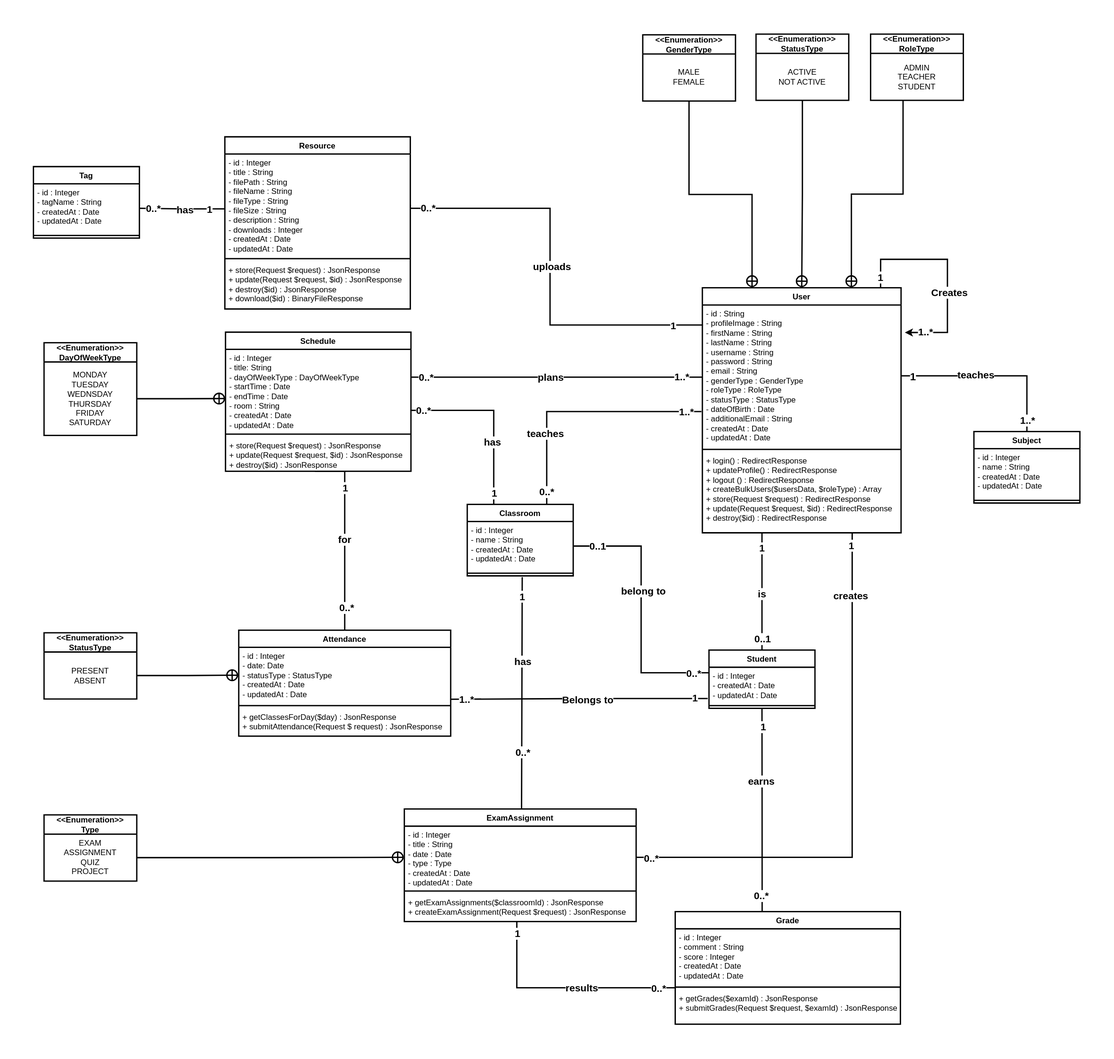
Above: public/UML/Academix-UML-class-diagram.svg in Ibrahim-Nidam/Academix_Fil_Rouge (draw.io), before the change. Source tidied: cells renumbered, new cells last; positions are measured from the earlier drawing's top-left corner, leaving out a move shared by most shapes.
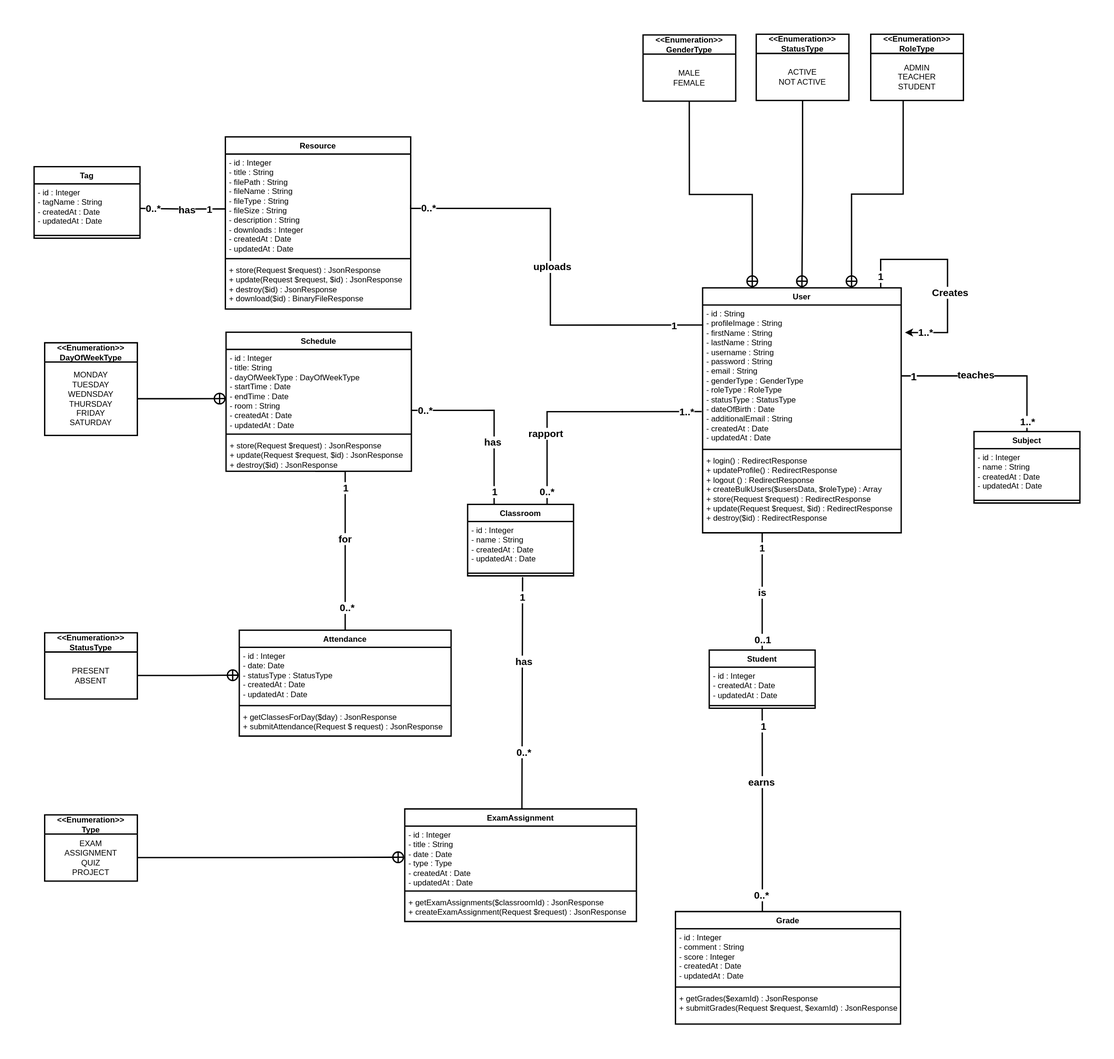
After the commit.

Commit message:
UML: class diagram small update

The edit, as a diff of the source:
```diff
@@ -273,63 +273,6 @@
         <mxPoint x="3" y="2" as="offset" />
       </mxGeometry>
     </mxCell>
-    <mxCell id="80" style="edgeStyle=orthogonalEdgeStyle;rounded=0;jettySize=auto;html=1;exitX=-0.004;exitY=0.155;exitDx=0;exitDy=0;endArrow=none;endFill=0;strokeWidth=2;exitPerimeter=0;" parent="1" edge="1" source="74" target="27">
-      <mxGeometry relative="1" as="geometry" />
-    </mxCell>
-    <mxCell id="81" value="&lt;b&gt;&lt;font style=&quot;font-size: 15px;&quot;&gt;0..*&lt;/font&gt;&lt;/b&gt;" style="edgeLabel;html=1;align=center;verticalAlign=middle;" parent="80" vertex="1">
-      <mxGeometry x="-0.79" relative="1" as="geometry">
-        <mxPoint x="17" as="offset" />
-      </mxGeometry>
-    </mxCell>
-    <mxCell id="82" value="&lt;b&gt;&lt;font style=&quot;font-size: 15px;&quot;&gt;0..1&lt;/font&gt;&lt;/b&gt;" style="edgeLabel;html=1;align=center;verticalAlign=middle;" parent="80" vertex="1">
-      <mxGeometry x="0.82" y="-1" relative="1" as="geometry" />
-    </mxCell>
-    <mxCell id="83" value="&lt;b&gt;&lt;font style=&quot;font-size: 15px;&quot;&gt;belong to&lt;/font&gt;&lt;/b&gt;" style="edgeLabel;html=1;align=center;verticalAlign=middle;" parent="80" vertex="1">
-      <mxGeometry x="0.05" y="-3" relative="1" as="geometry">
-        <mxPoint y="-19" as="offset" />
-      </mxGeometry>
-    </mxCell>
-    <mxCell id="84" style="edgeStyle=orthogonalEdgeStyle;rounded=0;jettySize=auto;html=1;entryX=0.491;entryY=0.99;entryDx=0;entryDy=0;entryPerimeter=0;strokeWidth=2;endArrow=none;endFill=0;exitX=0.003;exitY=0.629;exitDx=0;exitDy=0;exitPerimeter=0;" parent="1" edge="1" source="60">
-      <mxGeometry relative="1" as="geometry">
-        <mxPoint x="729.9" y="1339.6" as="targetPoint" />
-        <Array as="points">
-          <mxPoint x="730" y="1440" />
-        </Array>
-      </mxGeometry>
-    </mxCell>
-    <mxCell id="85" value="&lt;b&gt;&lt;font style=&quot;font-size: 15px;&quot;&gt;1&lt;/font&gt;&lt;/b&gt;" style="edgeLabel;html=1;align=center;verticalAlign=middle;" parent="84" vertex="1">
-      <mxGeometry x="0.9" relative="1" as="geometry" />
-    </mxCell>
-    <mxCell id="86" value="&lt;b&gt;&lt;font style=&quot;font-size: 15px;&quot;&gt;0..*&lt;/font&gt;&lt;/b&gt;" style="edgeLabel;html=1;align=center;verticalAlign=middle;" parent="84" vertex="1">
-      <mxGeometry x="-0.84" y="3" relative="1" as="geometry">
-        <mxPoint y="-3" as="offset" />
-      </mxGeometry>
-    </mxCell>
-    <mxCell id="87" value="&lt;b&gt;&lt;font style=&quot;font-size: 15px;&quot;&gt;results&lt;/font&gt;&lt;/b&gt;" style="edgeLabel;html=1;align=center;verticalAlign=middle;" parent="84" vertex="1">
-      <mxGeometry x="0.01" y="-4" relative="1" as="geometry">
-        <mxPoint x="30" y="3" as="offset" />
-      </mxGeometry>
-    </mxCell>
-    <mxCell id="88" style="edgeStyle=orthogonalEdgeStyle;rounded=0;jettySize=auto;html=1;exitX=1;exitY=0.5;exitDx=0;exitDy=0;entryX=0.754;entryY=0.991;entryDx=0;entryDy=0;entryPerimeter=0;strokeWidth=2;endArrow=none;endFill=0;" parent="1" edge="1" source="48" target="5">
-      <mxGeometry relative="1" as="geometry">
-        <Array as="points">
-          <mxPoint x="1236" y="1243" />
-        </Array>
-      </mxGeometry>
-    </mxCell>
-    <mxCell id="89" value="&lt;b&gt;&lt;font style=&quot;font-size: 15px;&quot;&gt;0..*&lt;/font&gt;&lt;/b&gt;" style="edgeLabel;html=1;align=center;verticalAlign=middle;" parent="88" vertex="1">
-      <mxGeometry x="-0.97" relative="1" as="geometry">
-        <mxPoint x="10" as="offset" />
-      </mxGeometry>
-    </mxCell>
-    <mxCell id="90" value="&lt;b&gt;&lt;font style=&quot;font-size: 15px;&quot;&gt;1&lt;/font&gt;&lt;/b&gt;" style="edgeLabel;html=1;align=center;verticalAlign=middle;" parent="88" vertex="1">
-      <mxGeometry x="0.95" y="2" relative="1" as="geometry" />
-    </mxCell>
-    <mxCell id="91" value="&lt;b&gt;&lt;font style=&quot;font-size: 15px;&quot;&gt;creates&lt;/font&gt;&lt;/b&gt;" style="edgeLabel;html=1;align=center;verticalAlign=middle;" parent="88" vertex="1">
-      <mxGeometry x="0.27" y="3" relative="1" as="geometry">
-        <mxPoint y="-202" as="offset" />
-      </mxGeometry>
-    </mxCell>
     <mxCell id="92" style="edgeStyle=orthogonalEdgeStyle;rounded=0;jettySize=auto;html=1;exitX=0.5;exitY=0;exitDx=0;exitDy=0;endArrow=none;endFill=0;strokeWidth=2;" parent="1" edge="1" source="36">
       <mxGeometry relative="1" as="geometry">
         <mxPoint x="425" y="660" as="targetPoint" />
@@ -385,7 +328,7 @@
     <mxCell id="102" value="&lt;b&gt;&lt;font style=&quot;font-size: 15px;&quot;&gt;1..*&lt;/font&gt;&lt;/b&gt;" style="edgeLabel;html=1;align=center;verticalAlign=middle;" parent="100" vertex="1">
       <mxGeometry x="0.87" y="1" relative="1" as="geometry" />
     </mxCell>
-    <mxCell id="103" value="&lt;b&gt;&lt;font style=&quot;font-size: 15px;&quot;&gt;teaches&lt;/font&gt;&lt;/b&gt;" style="edgeLabel;html=1;align=center;verticalAlign=middle;" parent="100" vertex="1">
+    <mxCell id="103" value="&lt;b&gt;&lt;font style=&quot;font-size: 15px;&quot;&gt;rapport&lt;/font&gt;&lt;/b&gt;" style="edgeLabel;html=1;align=center;verticalAlign=middle;" parent="100" vertex="1">
       <mxGeometry x="-0.36" y="-2" relative="1" as="geometry">
         <mxPoint x="-5" y="12" as="offset" />
       </mxGeometry>
@@ -406,36 +349,5 @@
         <mxPoint y="20" as="offset" />
       </mxGeometry>
     </mxCell>
-    <mxCell id="108" style="edgeStyle=orthogonalEdgeStyle;rounded=0;orthogonalLoop=1;jettySize=auto;html=1;endArrow=none;endFill=0;strokeWidth=2;" parent="1" edge="1">
-      <mxGeometry relative="1" as="geometry">
-        <mxPoint x="570" y="518" as="sourcePoint" />
-        <mxPoint x="1010" y="518" as="targetPoint" />
-      </mxGeometry>
-    </mxCell>
-    <mxCell id="109" value="&lt;b&gt;&lt;font style=&quot;font-size: 15px;&quot;&gt;1..*&lt;/font&gt;&lt;/b&gt;" style="edgeLabel;html=1;align=center;verticalAlign=middle;" parent="108" vertex="1">
-      <mxGeometry x="0.9" y="2" relative="1" as="geometry">
-        <mxPoint x="-9" as="offset" />
-      </mxGeometry>
-    </mxCell>
-    <mxCell id="110" value="&lt;b&gt;&lt;font style=&quot;font-size: 15px;&quot;&gt;0..*&lt;/font&gt;&lt;/b&gt;" style="edgeLabel;html=1;align=center;verticalAlign=middle;" parent="108" vertex="1">
-      <mxGeometry x="-0.9" y="1" relative="1" as="geometry" />
-    </mxCell>
-    <mxCell id="111" value="&lt;b&gt;&lt;font style=&quot;font-size: 15px;&quot;&gt;plans&lt;/font&gt;&lt;/b&gt;" style="edgeLabel;html=1;align=center;verticalAlign=middle;" parent="108" vertex="1">
-      <mxGeometry x="-0.05" y="1" relative="1" as="geometry" />
-    </mxCell>
-    <mxCell id="112" style="edgeStyle=orthogonalEdgeStyle;rounded=0;jettySize=auto;html=1;exitX=-0.012;exitY=0.875;exitDx=0;exitDy=0;endArrow=none;endFill=0;strokeWidth=2;entryX=1;entryY=0.932;entryDx=0;entryDy=0;exitPerimeter=0;entryPerimeter=0;" parent="1" edge="1" source="74" target="37">
-      <mxGeometry relative="1" as="geometry" />
-    </mxCell>
-    <mxCell id="113" value="&lt;b&gt;&lt;font style=&quot;font-size: 15px;&quot;&gt;Belongs to&lt;/font&gt;&lt;/b&gt;" style="edgeLabel;html=1;align=center;verticalAlign=middle;" parent="112" vertex="1">
-      <mxGeometry x="-0.06" y="1" relative="1" as="geometry" />
-    </mxCell>
-    <mxCell id="114" value="&lt;b&gt;&lt;font style=&quot;font-size: 15px;&quot;&gt;1..*&lt;/font&gt;&lt;/b&gt;" style="edgeLabel;html=1;align=center;verticalAlign=middle;" parent="112" vertex="1">
-      <mxGeometry x="0.92" y="-1" relative="1" as="geometry">
-        <mxPoint x="7" as="offset" />
-      </mxGeometry>
-    </mxCell>
-    <mxCell id="115" value="&lt;b&gt;&lt;font style=&quot;font-size: 15px;&quot;&gt;1&lt;/font&gt;&lt;/b&gt;" style="edgeLabel;html=1;align=center;verticalAlign=middle;" parent="112" vertex="1">
-      <mxGeometry x="-0.9" y="-2" relative="1" as="geometry" />
-    </mxCell>
   </root>
 </mxGraphModel>
```
